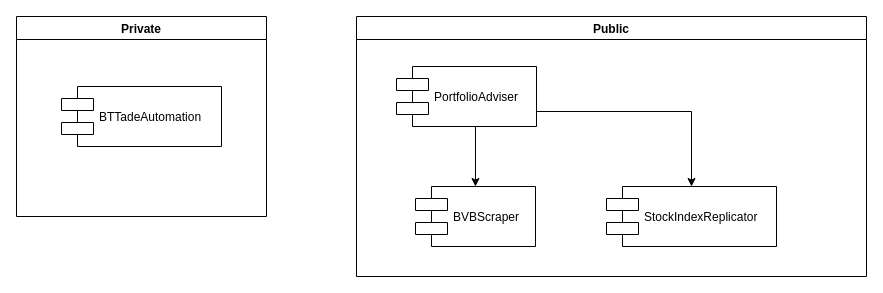
coosmiin/BVBScraper keeps this draw.io diagram as docs/high level architecture.drawio. Above is the earlier version. Source tidied: cells renumbered, new cells numbered last; positions are measured from the earlier drawing's top-left corner, leaving out a move shared by most shapes. Both pictures are drawn from the tidied source at 100%, with x=0, y=0 at pixel (16, 16).
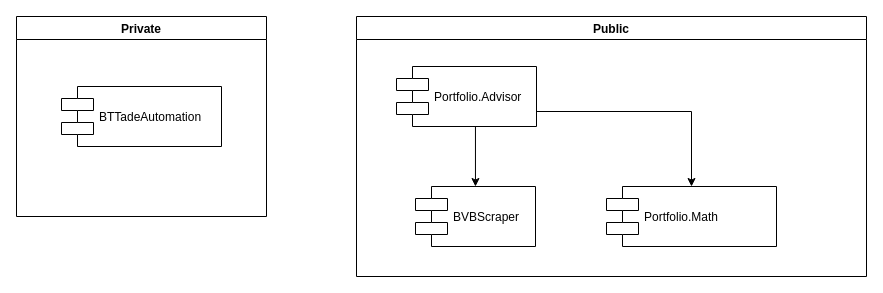
Above is the later version.

What changed in the source:
```diff
@@
 <mxGraphModel>
   <root>
     <mxCell id="0" />
     <mxCell id="1" parent="0" />
     <mxCell id="2" value="Private" style="swimlane;" parent="1" vertex="1">
       <mxGeometry width="250" height="200" as="geometry" />
     </mxCell>
     <mxCell id="3" value="BTTadeAutomation" style="shape=component;align=left;spacingLeft=36;" parent="2" vertex="1">
       <mxGeometry x="45" y="70" width="160" height="60" as="geometry" />
     </mxCell>
     <mxCell id="4" value="Public" style="swimlane;" parent="1" vertex="1">
       <mxGeometry x="340" width="510" height="260" as="geometry" />
     </mxCell>
     <mxCell id="5" style="edgeStyle=orthogonalEdgeStyle;rounded=0;jettySize=auto;html=1;exitX=0.564;exitY=0.983;exitDx=0;exitDy=0;exitPerimeter=0;" parent="4" edge="1" source="7" target="8">
       <mxGeometry relative="1" as="geometry" />
     </mxCell>
     <mxCell id="6" style="edgeStyle=orthogonalEdgeStyle;rounded=0;jettySize=auto;html=1;exitX=1;exitY=0.75;exitDx=0;exitDy=0;" parent="4" edge="1" source="7" target="9">
       <mxGeometry relative="1" as="geometry" />
     </mxCell>
-    <mxCell id="7" value="PortfolioAdviser" style="shape=component;align=left;spacingLeft=36;" parent="4" vertex="1">
+    <mxCell id="7" value="Portfolio.Advisor" style="shape=component;align=left;spacingLeft=36;" parent="4" vertex="1">
       <mxGeometry x="40" y="50" width="140" height="60" as="geometry" />
     </mxCell>
     <mxCell id="8" value="BVBScraper" style="shape=component;align=left;spacingLeft=36;" parent="4" vertex="1">
       <mxGeometry x="59" y="170" width="120" height="60" as="geometry" />
     </mxCell>
-    <mxCell id="9" value="StockIndexReplicator" style="shape=component;align=left;spacingLeft=36;" parent="4" vertex="1">
+    <mxCell id="9" value="Portfolio.Math" style="shape=component;align=left;spacingLeft=36;" parent="4" vertex="1">
       <mxGeometry x="250" y="170" width="170" height="60" as="geometry" />
     </mxCell>
   </root>
 </mxGraphModel>
```
